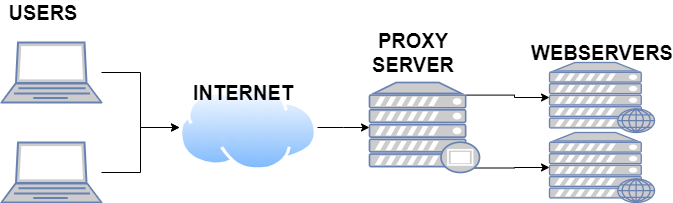
Above: reverseProxy.png in marcosrosse/diagrams (draw.io), before the change. Source tidied: cells renumbered, new cells last; positions are measured from the earlier drawing's top-left corner, leaving out a move shared by most shapes.
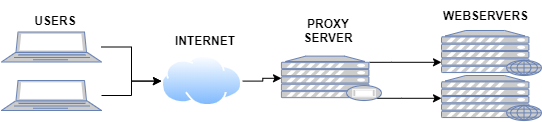
Later version of the same file.

Change to the diagram source:
```diff
@@ -6,46 +6,56 @@
       <mxGeometry relative="1" as="geometry" />
     </mxCell>
     <mxCell id="3" style="fontColor=#0066CC;verticalAlign=top;verticalLabelPosition=bottom;labelPosition=center;align=center;html=1;outlineConnect=0;fillColor=#CCCCCC;strokeColor=#6881B3;gradientColor=none;gradientDirection=north;strokeWidth=2;shape=mxgraph.networks.laptop;" parent="1" vertex="1">
-      <mxGeometry y="40" width="100" height="60" as="geometry" />
+      <mxGeometry x="38" y="81.5" width="100" height="30" as="geometry" />
     </mxCell>
     <mxCell id="4" style="edgeStyle=orthogonalEdgeStyle;rounded=0;jettySize=auto;html=1;" parent="1" edge="1" source="5" target="7">
       <mxGeometry relative="1" as="geometry" />
     </mxCell>
     <mxCell id="5" style="fontColor=#0066CC;verticalAlign=top;verticalLabelPosition=bottom;labelPosition=center;align=center;html=1;outlineConnect=0;fillColor=#CCCCCC;strokeColor=#6881B3;gradientColor=none;gradientDirection=north;strokeWidth=2;shape=mxgraph.networks.laptop;" parent="1" vertex="1">
-      <mxGeometry y="140" width="100" height="60" as="geometry" />
+      <mxGeometry x="38" y="130" width="100" height="30" as="geometry" />
     </mxCell>
     <mxCell id="6" style="edgeStyle=orthogonalEdgeStyle;rounded=0;jettySize=auto;html=1;" parent="1" edge="1" source="7" target="10">
       <mxGeometry relative="1" as="geometry" />
     </mxCell>
     <mxCell id="7" style="perimeter=ellipsePerimeter;html=1;align=center;shadow=0;dashed=0;spacingTop=3;image;image=img/lib/active_directory/internet_cloud.svg;" parent="1" vertex="1">
-      <mxGeometry x="178" y="81.5" width="138" height="86.9" as="geometry" />
+      <mxGeometry x="198" y="105" width="81.2" height="51.2" as="geometry" />
     </mxCell>
     <mxCell id="8" style="edgeStyle=orthogonalEdgeStyle;rounded=0;jettySize=auto;html=1;exitX=0.95;exitY=0.95;exitDx=0;exitDy=0;exitPerimeter=0;" parent="1" edge="1" source="10" target="11">
-      <mxGeometry relative="1" as="geometry" />
+      <mxGeometry relative="1" as="geometry">
+        <Array as="points">
+          <mxPoint x="438" y="148" />
+          <mxPoint x="438" y="148" />
+        </Array>
+      </mxGeometry>
     </mxCell>
     <mxCell id="9" style="edgeStyle=orthogonalEdgeStyle;rounded=0;jettySize=auto;html=1;exitX=0.88;exitY=0.14;exitDx=0;exitDy=0;exitPerimeter=0;" parent="1" edge="1" source="10" target="12">
-      <mxGeometry relative="1" as="geometry" />
+      <mxGeometry relative="1" as="geometry">
+        <Array as="points">
+          <mxPoint x="428" y="112" />
+          <mxPoint x="428" y="112" />
+        </Array>
+      </mxGeometry>
     </mxCell>
     <mxCell id="10" style="fontColor=#0066CC;verticalAlign=top;verticalLabelPosition=bottom;labelPosition=center;align=center;html=1;outlineConnect=0;fillColor=#CCCCCC;strokeColor=#6881B3;gradientColor=none;gradientDirection=north;strokeWidth=2;shape=mxgraph.networks.proxy_server;" parent="1" vertex="1">
-      <mxGeometry x="368" y="80" width="110" height="90" as="geometry" />
+      <mxGeometry x="318" y="105.6" width="100" height="44.4" as="geometry" />
     </mxCell>
     <mxCell id="11" style="fontColor=#0066CC;verticalAlign=top;verticalLabelPosition=bottom;labelPosition=center;align=center;html=1;outlineConnect=0;fillColor=#CCCCCC;strokeColor=#6881B3;gradientColor=none;gradientDirection=north;strokeWidth=2;shape=mxgraph.networks.web_server;" parent="1" vertex="1">
-      <mxGeometry x="548" y="130" width="105" height="70" as="geometry" />
+      <mxGeometry x="478" y="125" width="100" height="45" as="geometry" />
     </mxCell>
     <mxCell id="12" style="fontColor=#0066CC;verticalAlign=top;verticalLabelPosition=bottom;labelPosition=center;align=center;html=1;outlineConnect=0;fillColor=#CCCCCC;strokeColor=#6881B3;gradientColor=none;gradientDirection=north;strokeWidth=2;shape=mxgraph.networks.web_server;" parent="1" vertex="1">
-      <mxGeometry x="548" y="60" width="105" height="70" as="geometry" />
+      <mxGeometry x="478" y="80" width="100" height="45" as="geometry" />
     </mxCell>
-    <mxCell id="13" value="WEBSERVERS" style="text;html=1;strokeColor=none;fillColor=none;align=center;verticalAlign=middle;whiteSpace=wrap;rounded=0;fontStyle=1;fontSize=20;" parent="1" vertex="1">
-      <mxGeometry x="586.8" y="40" width="27.5" height="20" as="geometry" />
+    <mxCell id="13" value="WEBSERVERS" style="text;html=1;strokeColor=none;fillColor=none;align=center;verticalAlign=middle;whiteSpace=wrap;rounded=0;fontStyle=1;fontSize=12;" parent="1" vertex="1">
+      <mxGeometry x="478" y="50" width="88.8" height="30" as="geometry" />
     </mxCell>
-    <mxCell id="14" value="PROXY SERVER" style="text;html=1;strokeColor=none;fillColor=none;align=center;verticalAlign=middle;whiteSpace=wrap;rounded=0;fontStyle=1;fontSize=20;" parent="1" vertex="1">
-      <mxGeometry x="398" y="40" width="27.5" height="20" as="geometry" />
+    <mxCell id="14" value="PROXY SERVER" style="text;html=1;strokeColor=none;fillColor=none;align=center;verticalAlign=middle;whiteSpace=wrap;rounded=0;fontStyle=1;fontSize=12;" parent="1" vertex="1">
+      <mxGeometry x="351" y="70" width="27.5" height="20" as="geometry" />
     </mxCell>
-    <mxCell id="15" value="INTERNET" style="text;html=1;strokeColor=none;fillColor=none;align=center;verticalAlign=middle;whiteSpace=wrap;rounded=0;fontStyle=1;fontSize=20;" parent="1" vertex="1">
+    <mxCell id="15" value="INTERNET" style="text;html=1;strokeColor=none;fillColor=none;align=center;verticalAlign=middle;whiteSpace=wrap;rounded=0;fontStyle=1;fontSize=12;" parent="1" vertex="1">
       <mxGeometry x="228" y="80" width="27.5" height="20" as="geometry" />
     </mxCell>
-    <mxCell id="16" value="USERS" style="text;html=1;strokeColor=none;fillColor=none;align=center;verticalAlign=middle;whiteSpace=wrap;rounded=0;fontStyle=1;fontSize=20;" parent="1" vertex="1">
-      <mxGeometry x="28" width="27.5" height="20" as="geometry" />
+    <mxCell id="16" value="USERS" style="text;html=1;strokeColor=none;fillColor=none;align=center;verticalAlign=middle;whiteSpace=wrap;rounded=0;fontStyle=1;fontSize=12;" parent="1" vertex="1">
+      <mxGeometry x="78" y="60" width="27.5" height="20" as="geometry" />
     </mxCell>
   </root>
 </mxGraphModel>
```
